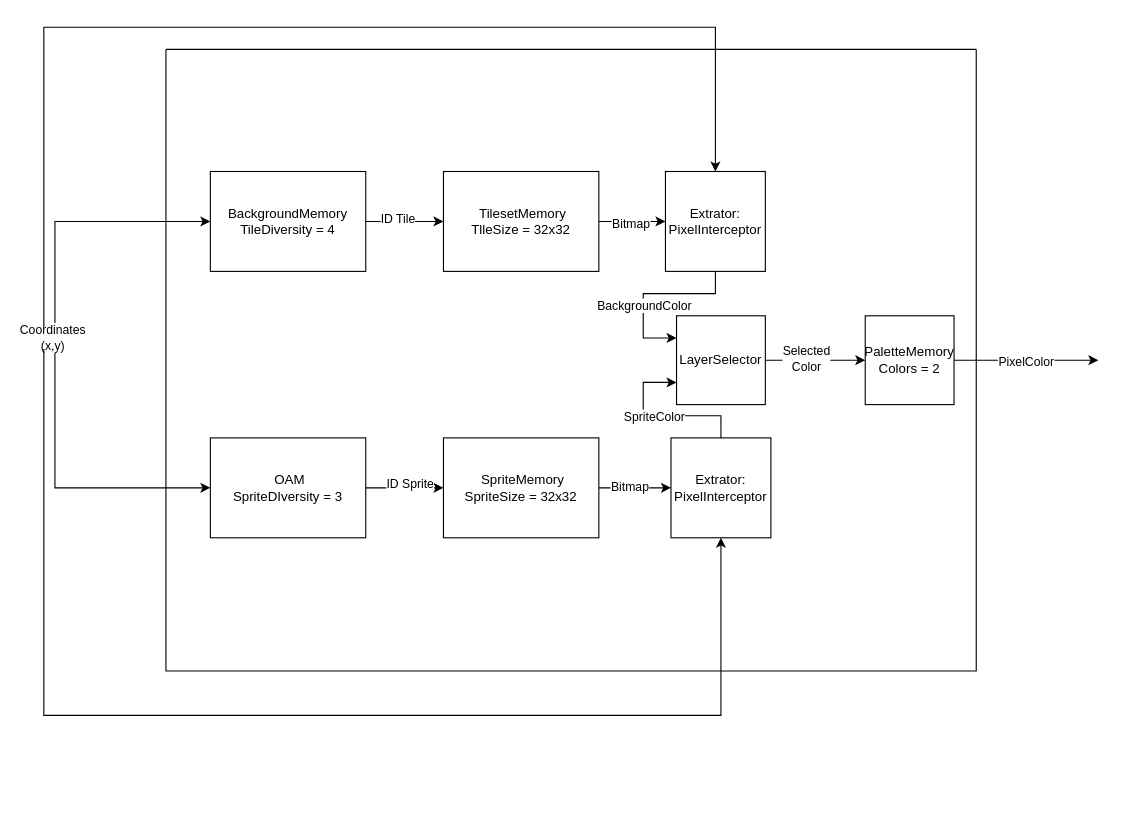
caio-unicamp/MC613_Best_Group keeps this draw.io diagram as P2/DiagramaPPU.drawio. Above is the earlier version. Source tidied: cells renumbered, new cells numbered last; positions are measured from the earlier drawing's top-left corner, leaving out a move shared by most shapes. Both pictures are drawn from the tidied source at 111%, with x=0, y=0 at pixel (43, 27).
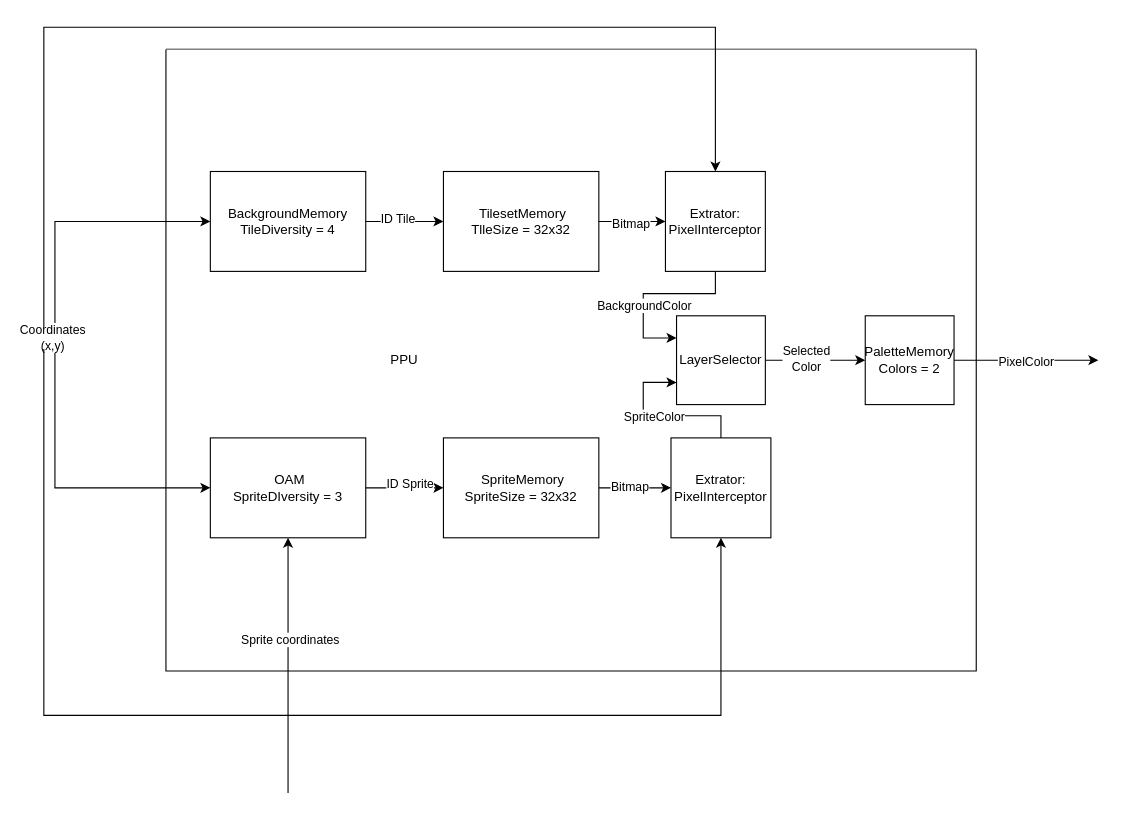
The same page after the edit.

Commit message:
atualização diagrama PPU

Unchanged cells that the change refers to:
```xml
<mxCell id="13" value="&lt;div&gt;&amp;nbsp;OAM&lt;/div&gt;&lt;div&gt;SpriteDIversity = 3&lt;/div&gt;" style="rounded=0;whiteSpace=wrap;html=1;" parent="2" vertex="1">
  <mxGeometry x="40" y="350" width="140" height="90" as="geometry" />
</mxCell>
```

The edit, as a diff of the source:
```diff
@@
-    <mxCell id="2" style="swimlane;startSize=0;" parent="1" vertex="1">
+    <mxCell id="2" style="swimlane;startSize=0;gradientColor=none;swimlaneFillColor=default;" parent="1" vertex="1">
       <mxGeometry x="110" y="20" width="730" height="560" as="geometry" />
     </mxCell>
@@
+    <mxCell id="31" value="PPU" style="text;html=1;whiteSpace=wrap;strokeColor=none;fillColor=none;align=center;verticalAlign=middle;rounded=0;" parent="2" vertex="1">
+      <mxGeometry x="160" y="250" width="110" height="60" as="geometry" />
+    </mxCell>
@@
+    <mxCell id="32" style="endArrow=classic;html=1;rounded=0;entryX=0.5;entryY=1;entryDx=0;entryDy=0;" parent="1" edge="1" target="13">
+      <mxGeometry relative="1" as="geometry">
+        <mxPoint x="220" y="690" as="sourcePoint" />
+      </mxGeometry>
+    </mxCell>
+    <mxCell id="33" value="Sprite coordinates" style="edgeLabel;html=1;align=center;verticalAlign=middle;" parent="32" vertex="1">
+      <mxGeometry x="0.21" y="-1" relative="1" as="geometry" />
+    </mxCell>
```
